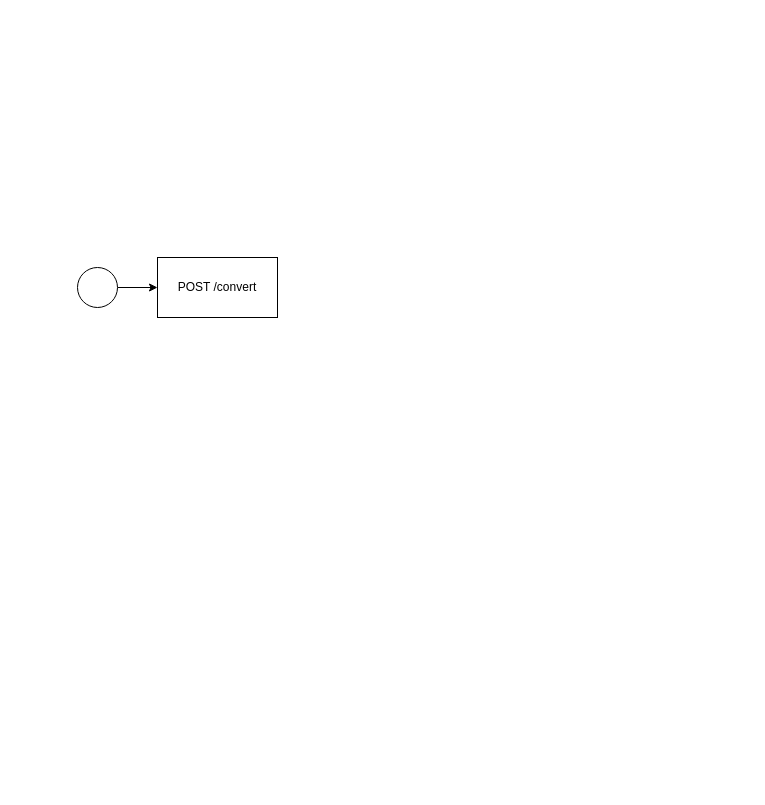
The draw.io diagram diagrams/Architecture.drawio in felipekcamargo/coinverter, before the edit. Source tidied: cells renumbered, new cells numbered last; positions are measured from the earlier drawing's top-left corner, leaving out a move shared by most shapes. Both pictures are drawn from the tidied source at 100%, with x=0, y=0 at pixel (77, 257).
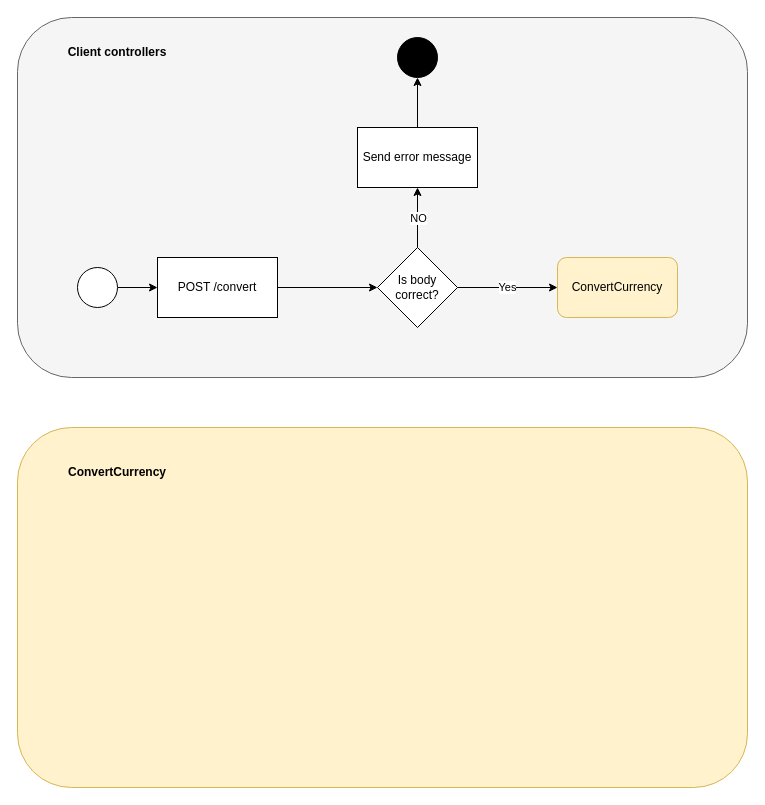
The same diagram, later.

Diff of the diagram source:
```diff
@@
 <mxGraphModel>
   <root>
     <mxCell id="0" />
     <mxCell id="1" parent="0" />
+    <mxCell id="5" style="rounded=1;whiteSpace=wrap;html=1;strokeWidth=1;fillColor=#f5f5f5;fontColor=#333333;strokeColor=#666666;" parent="1" vertex="1">
+      <mxGeometry x="-60" y="-240" width="730" height="360" as="geometry" />
+    </mxCell>
     <mxCell id="2" style="edgeStyle=orthogonalEdgeStyle;rounded=0;jettySize=auto;html=1;" parent="1" edge="1" source="3" target="4">
       <mxGeometry relative="1" as="geometry" />
     </mxCell>
     <mxCell id="3" style="ellipse;whiteSpace=wrap;html=1;" parent="1" vertex="1">
       <mxGeometry y="10" width="40" height="40" as="geometry" />
     </mxCell>
+    <mxCell id="6" style="edgeStyle=orthogonalEdgeStyle;rounded=0;jettySize=auto;html=1;" parent="1" edge="1" source="4" target="9">
+      <mxGeometry relative="1" as="geometry" />
+    </mxCell>
     <mxCell id="4" value="POST /convert" style="whiteSpace=wrap;html=1;" parent="1" vertex="1">
       <mxGeometry x="80" width="120" height="60" as="geometry" />
     </mxCell>
+    <mxCell id="7" value="NO" style="edgeStyle=orthogonalEdgeStyle;rounded=0;jettySize=auto;html=1;" parent="1" edge="1" source="9">
+      <mxGeometry relative="1" as="geometry">
+        <mxPoint x="340" y="-70" as="targetPoint" />
+      </mxGeometry>
+    </mxCell>
+    <mxCell id="8" value="Yes" style="edgeStyle=orthogonalEdgeStyle;rounded=0;jettySize=auto;html=1;" parent="1" edge="1" source="9" target="13">
+      <mxGeometry relative="1" as="geometry" />
+    </mxCell>
+    <mxCell id="9" value="Is body correct?" style="rhombus;whiteSpace=wrap;html=1;" parent="1" vertex="1">
+      <mxGeometry x="300" y="-10" width="80" height="80" as="geometry" />
+    </mxCell>
+    <mxCell id="10" style="edgeStyle=orthogonalEdgeStyle;rounded=0;jettySize=auto;html=1;" parent="1" edge="1" source="11">
+      <mxGeometry relative="1" as="geometry">
+        <mxPoint x="340" y="-180" as="targetPoint" />
+      </mxGeometry>
+    </mxCell>
+    <mxCell id="11" value="Send error message" style="whiteSpace=wrap;html=1;" parent="1" vertex="1">
+      <mxGeometry x="280" y="-130" width="120" height="60" as="geometry" />
+    </mxCell>
+    <mxCell id="12" style="ellipse;whiteSpace=wrap;html=1;fillColor=#000000;" parent="1" vertex="1">
+      <mxGeometry x="320" y="-220" width="40" height="40" as="geometry" />
+    </mxCell>
+    <mxCell id="13" value="ConvertCurrency" style="whiteSpace=wrap;html=1;rounded=1;glass=0;sketch=0;fillColor=#fff2cc;strokeColor=#d6b656;" parent="1" vertex="1">
+      <mxGeometry x="480" width="120" height="60" as="geometry" />
+    </mxCell>
+    <mxCell id="14" style="rounded=1;whiteSpace=wrap;html=1;strokeWidth=1;fillColor=#fff2cc;strokeColor=#d6b656;" parent="1" vertex="1">
+      <mxGeometry x="-60" y="170" width="730" height="360" as="geometry" />
+    </mxCell>
+    <mxCell id="15" value="&lt;b&gt;Client controllers&lt;/b&gt;" style="text;html=1;strokeColor=none;fillColor=none;align=center;verticalAlign=middle;whiteSpace=wrap;rounded=0;glass=0;sketch=0;" parent="1" vertex="1">
+      <mxGeometry x="-20" y="-220" width="120" height="30" as="geometry" />
+    </mxCell>
+    <mxCell id="16" value="&lt;b&gt;ConvertCurrency&lt;/b&gt;" style="text;html=1;strokeColor=none;fillColor=none;align=center;verticalAlign=middle;whiteSpace=wrap;rounded=0;glass=0;sketch=0;" parent="1" vertex="1">
+      <mxGeometry x="-15" y="200" width="110" height="30" as="geometry" />
+    </mxCell>
   </root>
 </mxGraphModel>
```
